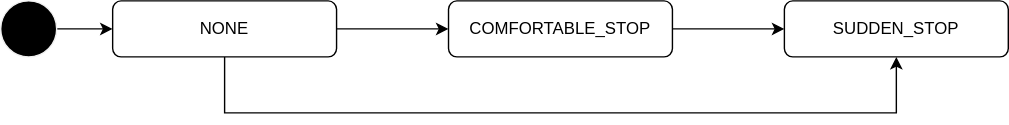
Before: docs/design/autoware-interfaces/ad-api/list/api/fail_safe/mrm-behavior.drawio.svg, a diagram exported from draw.io (autowarefoundation/autoware-documentation). Source tidied: cells renumbered, new cells last; positions are measured from the earlier drawing's top-left corner, leaving out a move shared by most shapes.
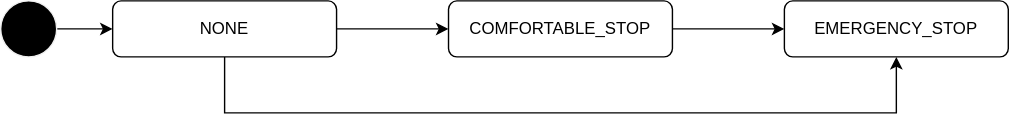
The same file after the commit.

Commit message:
docs(ad-api): rename emergency stop

What changed in the source:
```diff
@@ -22,7 +22,7 @@
     <mxCell id="6" value="NONE" style="rounded=1;whiteSpace=wrap;html=1;" parent="1" vertex="1">
       <mxGeometry x="80" width="160" height="40" as="geometry" />
     </mxCell>
-    <mxCell id="7" value="SUDDEN_STOP" style="rounded=1;whiteSpace=wrap;html=1;" parent="1" vertex="1">
+    <mxCell id="7" value="EMERGENCY_STOP" style="rounded=1;whiteSpace=wrap;html=1;" parent="1" vertex="1">
       <mxGeometry x="560" width="160" height="40" as="geometry" />
     </mxCell>
     <mxCell id="8" style="edgeStyle=orthogonalEdgeStyle;rounded=0;html=1;startArrow=none;startFill=0;" parent="1" edge="1" source="9" target="7">
```
